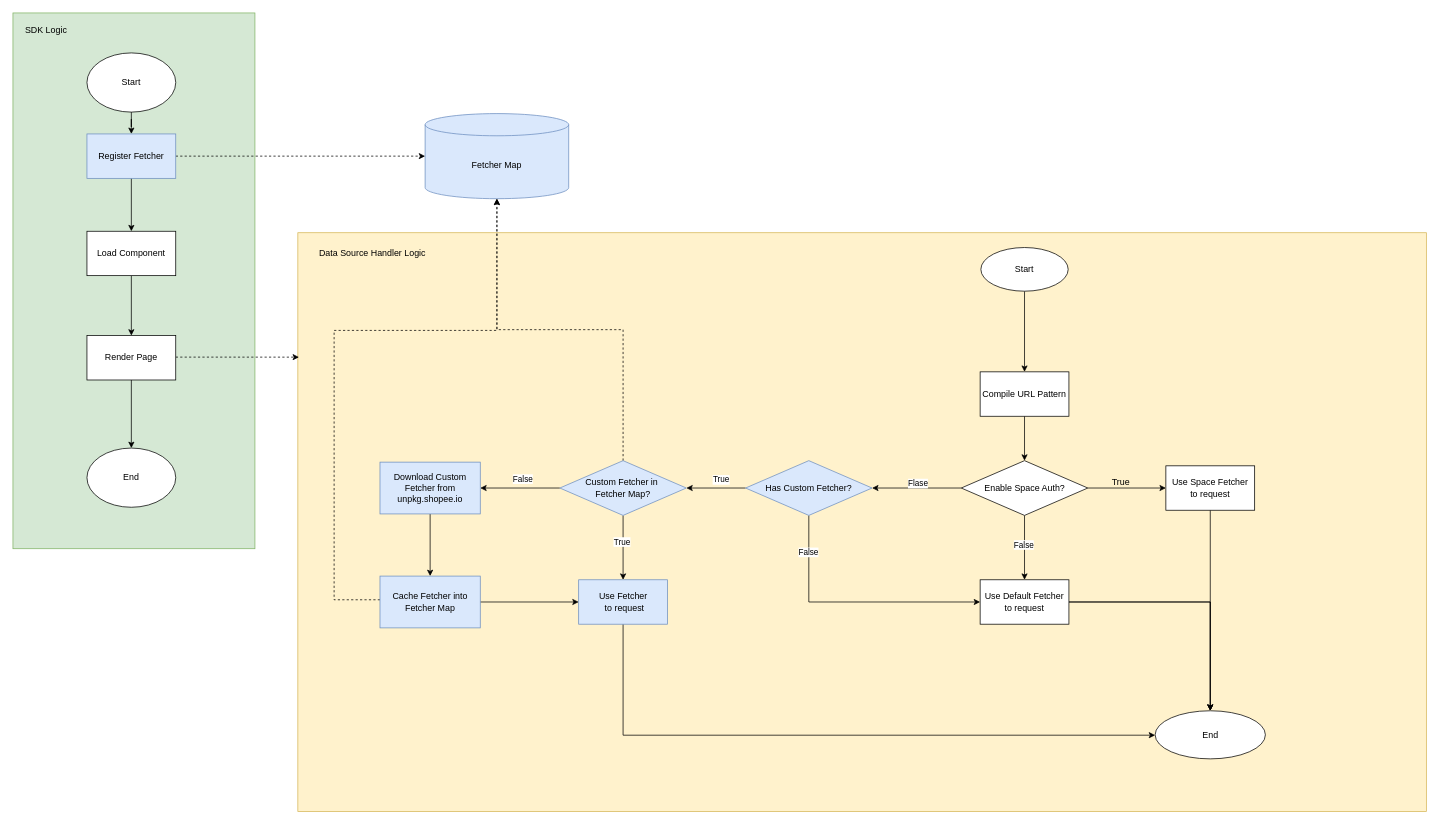
Zsynuting/diagram keeps this draw.io diagram as RAP Data Source.drawio. Above is the earlier version. Source tidied: cells renumbered, new cells numbered last; positions are measured from the earlier drawing's top-left corner, leaving out a move shared by most shapes. Both pictures are drawn from the tidied source at 74%, with x=0, y=0 at pixel (13, 13).
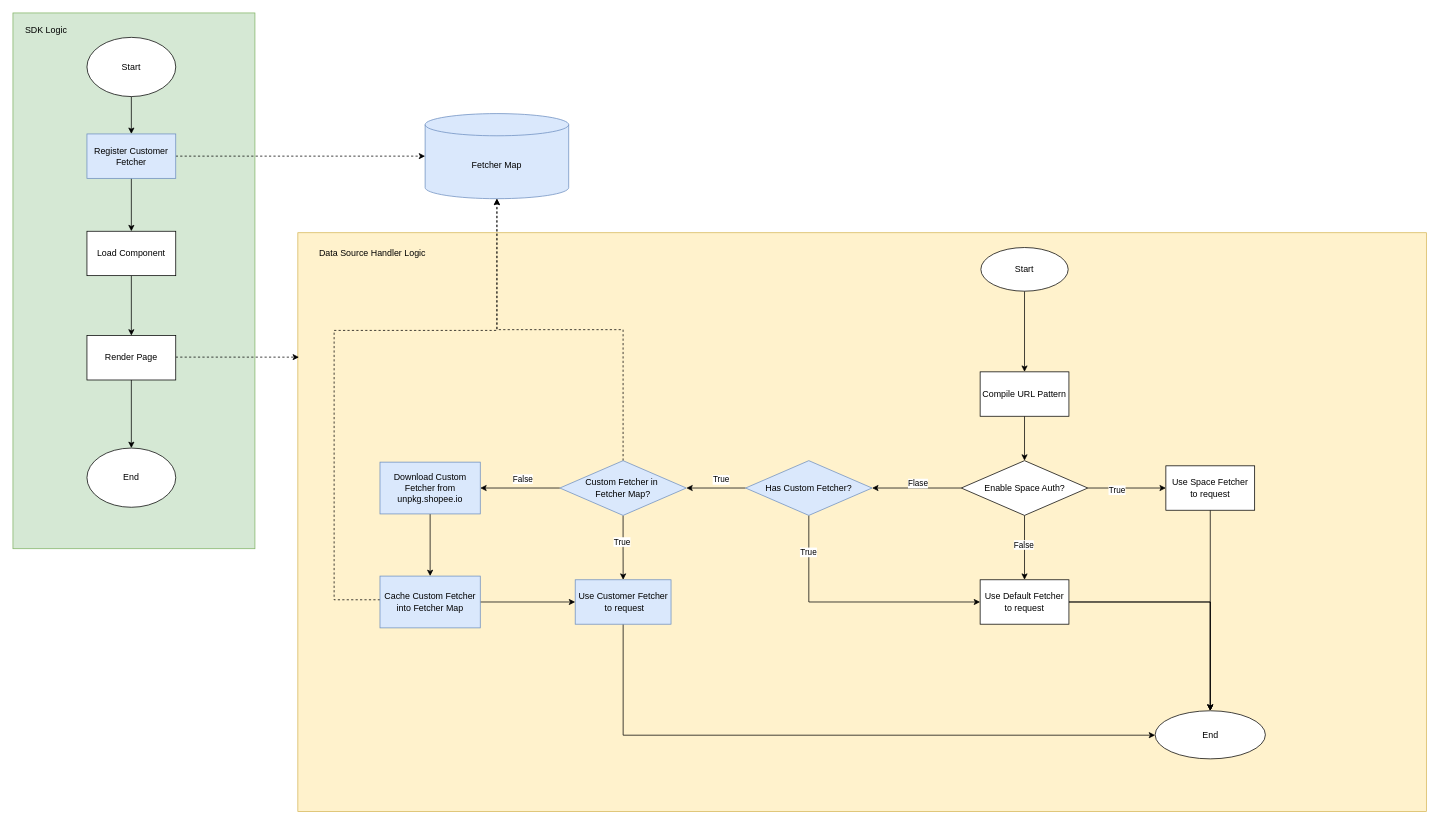
The same page after the edit.

The change refers to these unchanged cells:
```xml
<mxCell id="8" style="edgeStyle=orthogonalEdgeStyle;rounded=0;jettySize=auto;html=1;" parent="1" edge="1" source="13" target="15">
  <mxGeometry relative="1" as="geometry" />
</mxCell>
<mxCell id="22" style="edgeStyle=orthogonalEdgeStyle;rounded=0;jettySize=auto;html=1;" parent="1" edge="1" source="24" target="19">
  <mxGeometry relative="1" as="geometry">
    <Array as="points">
      <mxPoint x="1076" y="796" />
    </Array>
  </mxGeometry>
</mxCell>
```

The edit, as a diff of the source:
```diff
@@
+    <mxCell id="16" value="True" style="edgeLabel;html=1;align=center;verticalAlign=middle;" parent="8" vertex="1">
+      <mxGeometry x="-0.27" y="-2" relative="1" as="geometry" />
+    </mxCell>
@@
-    <mxCell id="16" value="True" style="text;html=1;align=center;verticalAlign=middle;strokeColor=none;fillColor=none;" parent="1" vertex="1">
-      <mxGeometry x="1476" y="622" width="42" height="26" as="geometry" />
-    </mxCell>
@@
-    <mxCell id="23" value="False" style="edgeLabel;html=1;align=center;verticalAlign=middle;" parent="22" vertex="1">
+    <mxCell id="23" value="True" style="edgeLabel;html=1;align=center;verticalAlign=middle;" parent="22" vertex="1">
       <mxGeometry x="-0.72" y="-1" relative="1" as="geometry" />
     </mxCell>
@@
     <mxCell id="27" value="Start" style="ellipse;whiteSpace=wrap;html=1;" parent="1" vertex="1">
-      <mxGeometry x="100" y="54" width="120" height="80" as="geometry" />
+      <mxGeometry x="100" y="33" width="120" height="80" as="geometry" />
     </mxCell>
@@
-    <mxCell id="30" value="Register Fetcher" style="whiteSpace=wrap;html=1;fillColor=#dae8fc;strokeColor=#6c8ebf;" parent="1" vertex="1">
+    <mxCell id="30" value="Register Customer Fetcher" style="whiteSpace=wrap;html=1;fillColor=#dae8fc;strokeColor=#6c8ebf;" parent="1" vertex="1">
       <mxGeometry x="100" y="163.5" width="120" height="60" as="geometry" />
     </mxCell>
@@
-    <mxCell id="43" value="Use Fetcher&lt;br&gt;&amp;nbsp;to request" style="whiteSpace=wrap;html=1;fillColor=#dae8fc;strokeColor=#6c8ebf;" parent="1" vertex="1">
-      <mxGeometry x="764.5" y="766" width="120" height="60" as="geometry" />
+    <mxCell id="43" value="Use Customer Fetcher&lt;br&gt;&amp;nbsp;to request" style="whiteSpace=wrap;html=1;fillColor=#dae8fc;strokeColor=#6c8ebf;" parent="1" vertex="1">
+      <mxGeometry x="759.8" y="766" width="129.5" height="60" as="geometry" />
     </mxCell>
@@
-    <mxCell id="48" value="Cache Fetcher into Fetcher Map" style="whiteSpace=wrap;html=1;fillColor=#dae8fc;strokeColor=#6c8ebf;" parent="1" vertex="1">
+    <mxCell id="48" value="Cache Custom Fetcher into Fetcher Map" style="whiteSpace=wrap;html=1;fillColor=#dae8fc;strokeColor=#6c8ebf;" parent="1" vertex="1">
       <mxGeometry x="496" y="761" width="135.5" height="70" as="geometry" />
     </mxCell>
```
